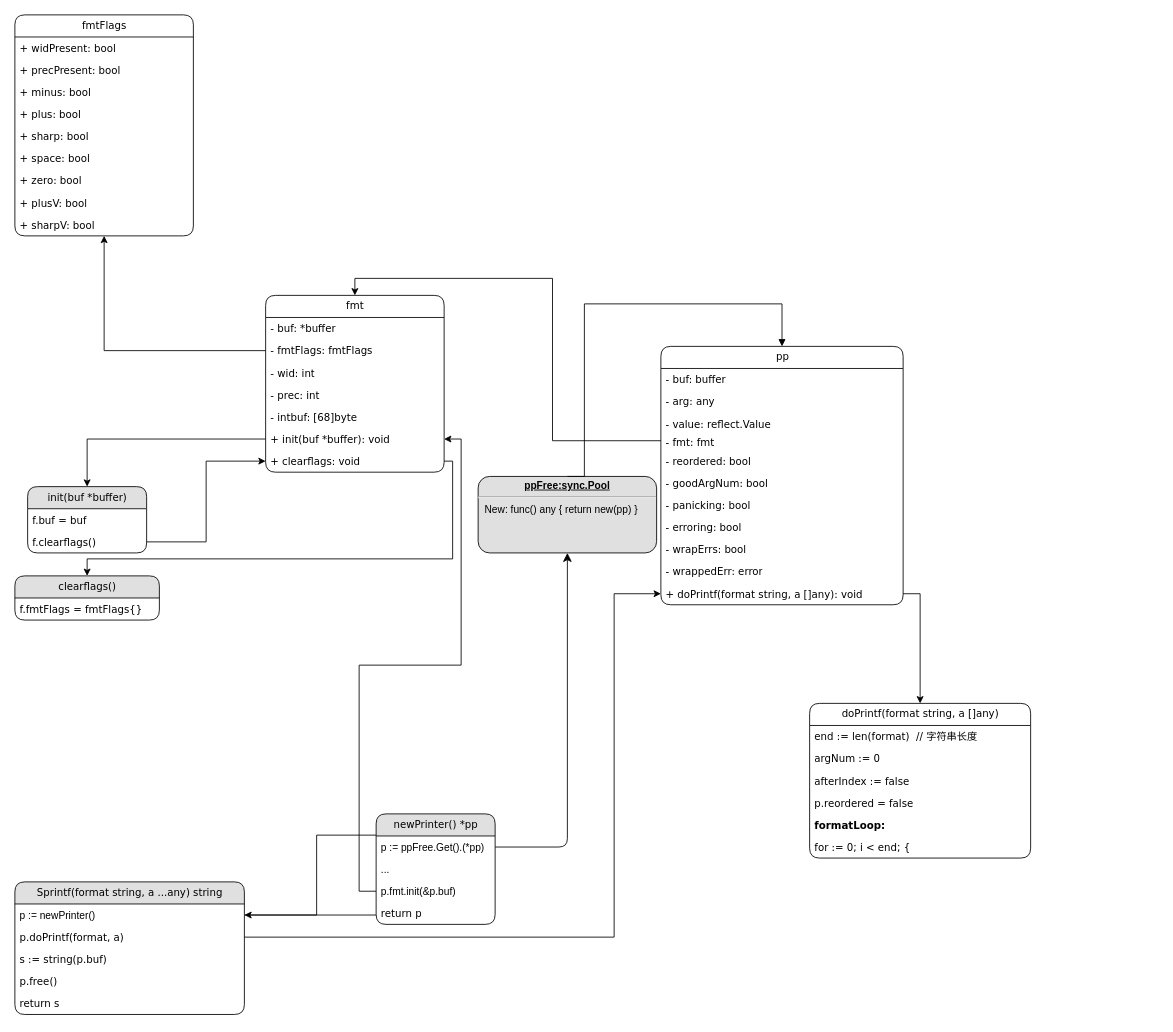
This is readsourcecode/go-fmt-1.18.10.drawio from cherubic/drawio, a draw.io file, before an edit. Source tidied: cells renumbered, new cells numbered last; positions are measured from the earlier drawing's top-left corner, leaving out a move shared by most shapes. Both pictures are drawn from the tidied source at 85%, with x=0, y=0 at pixel (14, 14).
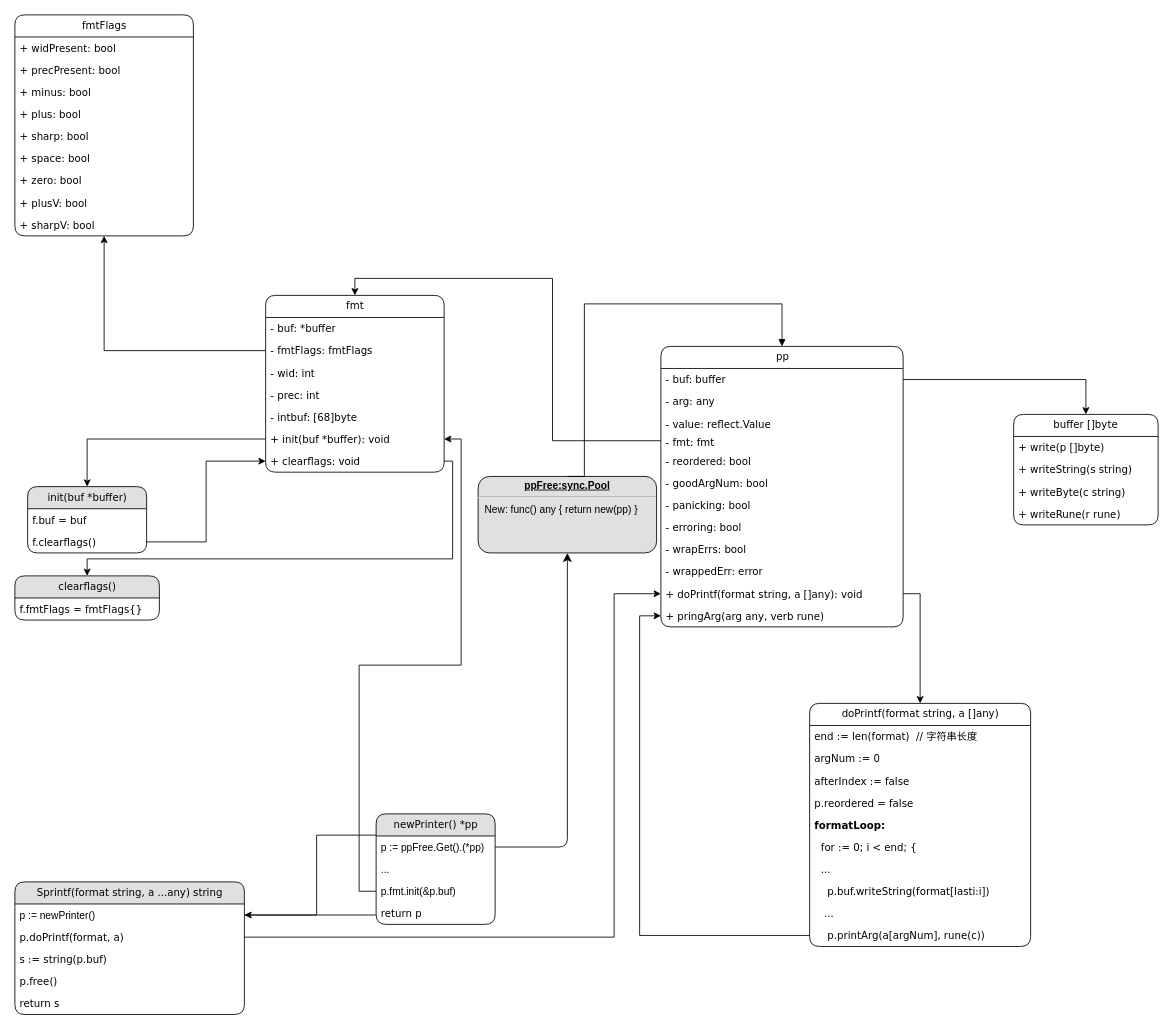
Above is the later version.

Unchanged cells that the change refers to:
```xml
<mxCell id="5" value="- buf: buffer" style="text;strokeColor=none;fillColor=none;align=left;verticalAlign=top;spacingLeft=4;spacingRight=4;overflow=hidden;points=[[0,0.5],[1,0.5]];portConstraint=eastwest;rounded=1;shadow=0;labelBackgroundColor=none;comic=0;strokeWidth=1;fontFamily=Verdana;fontSize=12;fontColor=default;startSize=26;html=1;" parent="4" vertex="1">
  <mxGeometry y="26" width="285" height="26" as="geometry" />
</mxCell>
```

What changed in the source:
```diff
@@
     <mxCell id="4" value="pp" style="swimlane;fontStyle=0;horizontal=1;startSize=26;fillColor=none;rounded=1;shadow=0;labelBackgroundColor=none;comic=0;strokeColor=default;strokeWidth=1;fontFamily=Verdana;fontSize=12;fontColor=default;html=1;" parent="1" vertex="1">
-      <mxGeometry x="760" y="390" width="285" height="304" as="geometry" />
+      <mxGeometry x="760" y="390" width="285" height="330" as="geometry" />
     </mxCell>
@@
+    <mxCell id="68" value="+ pringArg(arg any, verb rune)" style="text;strokeColor=none;fillColor=none;align=left;verticalAlign=top;spacingLeft=4;spacingRight=4;overflow=hidden;points=[[0,0.5],[1,0.5]];portConstraint=eastwest;rounded=1;shadow=0;labelBackgroundColor=none;comic=0;strokeWidth=1;fontFamily=Verdana;fontSize=12;fontColor=default;startSize=26;html=1;" parent="4" vertex="1">
+      <mxGeometry y="304" width="285" height="26" as="geometry" />
+    </mxCell>
@@
     <mxCell id="61" value="doPrintf(format string, a []any)" style="swimlane;fontStyle=0;horizontal=1;startSize=26;fillColor=none;rounded=1;shadow=0;labelBackgroundColor=none;comic=0;strokeColor=default;strokeWidth=1;fontFamily=Verdana;fontSize=12;fontColor=default;html=1;" parent="1" vertex="1">
-      <mxGeometry x="935" y="810" width="260" height="182" as="geometry" />
+      <mxGeometry x="935" y="810" width="260" height="286" as="geometry" />
     </mxCell>
@@
-    <mxCell id="67" value="for := 0; i &amp;lt; end; {" style="text;strokeColor=none;fillColor=none;align=left;verticalAlign=top;spacingLeft=4;spacingRight=4;overflow=hidden;rounded=1;shadow=0;labelBackgroundColor=none;comic=0;strokeWidth=1;fontFamily=Verdana;fontSize=12;fontColor=default;startSize=26;html=1;" parent="61" vertex="1">
+    <mxCell id="67" value="&amp;nbsp; for := 0; i &amp;lt; end; {" style="text;strokeColor=none;fillColor=none;align=left;verticalAlign=top;spacingLeft=4;spacingRight=4;overflow=hidden;rounded=1;shadow=0;labelBackgroundColor=none;comic=0;strokeWidth=1;fontFamily=Verdana;fontSize=12;fontColor=default;startSize=26;html=1;" parent="61" vertex="1">
       <mxGeometry y="156" width="260" height="26" as="geometry" />
     </mxCell>
+    <mxCell id="69" value="&amp;nbsp; ..." style="text;strokeColor=none;fillColor=none;align=left;verticalAlign=top;spacingLeft=4;spacingRight=4;overflow=hidden;whiteSpace=wrap;html=1;fontFamily=Verdana;rounded=1;shadow=0;labelBackgroundColor=none;comic=0;strokeWidth=1;startSize=26;" parent="61" vertex="1">
+      <mxGeometry y="182" width="260" height="26" as="geometry" />
+    </mxCell>
+    <mxCell id="70" value="&amp;nbsp; &amp;nbsp; p.buf.writeString(format[lasti:i])" style="text;strokeColor=none;fillColor=none;align=left;verticalAlign=top;spacingLeft=4;spacingRight=4;overflow=hidden;whiteSpace=wrap;html=1;fontFamily=Verdana;rounded=1;shadow=0;labelBackgroundColor=none;comic=0;strokeWidth=1;startSize=26;" parent="61" vertex="1">
+      <mxGeometry y="208" width="260" height="26" as="geometry" />
+    </mxCell>
+    <mxCell id="71" value="&amp;nbsp; &amp;nbsp;..." style="text;strokeColor=none;fillColor=none;align=left;verticalAlign=top;spacingLeft=4;spacingRight=4;overflow=hidden;whiteSpace=wrap;html=1;fontFamily=Verdana;rounded=1;shadow=0;labelBackgroundColor=none;comic=0;strokeWidth=1;startSize=26;" parent="61" vertex="1">
+      <mxGeometry y="234" width="260" height="26" as="geometry" />
+    </mxCell>
+    <mxCell id="72" value="&amp;nbsp; &amp;nbsp; p.printArg(a[argNum], rune(c))" style="text;strokeColor=none;fillColor=none;align=left;verticalAlign=top;spacingLeft=4;spacingRight=4;overflow=hidden;points=[[0,0.5],[1,0.5]];portConstraint=eastwest;whiteSpace=wrap;html=1;fontFamily=Verdana;rounded=1;shadow=0;labelBackgroundColor=none;comic=0;strokeWidth=1;startSize=26;" parent="61" vertex="1">
+      <mxGeometry y="260" width="260" height="26" as="geometry" />
+    </mxCell>
+    <mxCell id="73" value="buffer []byte" style="swimlane;fontStyle=0;horizontal=1;startSize=26;fillColor=none;whiteSpace=wrap;html=1;fontFamily=Verdana;rounded=1;shadow=0;labelBackgroundColor=none;comic=0;strokeWidth=1;" parent="1" vertex="1">
+      <mxGeometry x="1175" y="470" width="170" height="130" as="geometry" />
+    </mxCell>
+    <mxCell id="74" value="+ write(p []byte)" style="text;strokeColor=none;fillColor=none;align=left;verticalAlign=top;spacingLeft=4;spacingRight=4;overflow=hidden;whiteSpace=wrap;html=1;fontFamily=Verdana;rounded=1;shadow=0;labelBackgroundColor=none;comic=0;strokeWidth=1;startSize=26;" parent="73" vertex="1">
+      <mxGeometry y="26" width="170" height="26" as="geometry" />
+    </mxCell>
+    <mxCell id="75" value="+ writeString(s string)" style="text;strokeColor=none;fillColor=none;align=left;verticalAlign=top;spacingLeft=4;spacingRight=4;overflow=hidden;whiteSpace=wrap;html=1;fontFamily=Verdana;rounded=1;shadow=0;labelBackgroundColor=none;comic=0;strokeWidth=1;startSize=26;" parent="73" vertex="1">
+      <mxGeometry y="52" width="170" height="26" as="geometry" />
+    </mxCell>
+    <mxCell id="76" value="+ writeByte(c string)" style="text;strokeColor=none;fillColor=none;align=left;verticalAlign=top;spacingLeft=4;spacingRight=4;overflow=hidden;whiteSpace=wrap;html=1;fontFamily=Verdana;rounded=1;shadow=0;labelBackgroundColor=none;comic=0;strokeWidth=1;startSize=26;" parent="73" vertex="1">
+      <mxGeometry y="78" width="170" height="26" as="geometry" />
+    </mxCell>
+    <mxCell id="77" value="+ writeRune(r rune)" style="text;strokeColor=none;fillColor=none;align=left;verticalAlign=top;spacingLeft=4;spacingRight=4;overflow=hidden;whiteSpace=wrap;html=1;fontFamily=Verdana;rounded=1;shadow=0;labelBackgroundColor=none;comic=0;strokeWidth=1;startSize=26;" parent="73" vertex="1">
+      <mxGeometry y="104" width="170" height="26" as="geometry" />
+    </mxCell>
+    <mxCell id="78" style="edgeStyle=orthogonalEdgeStyle;rounded=0;jettySize=auto;html=1;" parent="1" edge="1" source="5" target="73">
+      <mxGeometry relative="1" as="geometry" />
+    </mxCell>
+    <mxCell id="79" style="edgeStyle=orthogonalEdgeStyle;rounded=0;jettySize=auto;html=1;" parent="1" edge="1" source="72" target="68">
+      <mxGeometry relative="1" as="geometry">
+        <Array as="points">
+          <mxPoint x="735" y="1083" />
+          <mxPoint x="735" y="707" />
+        </Array>
+      </mxGeometry>
+    </mxCell>
```
